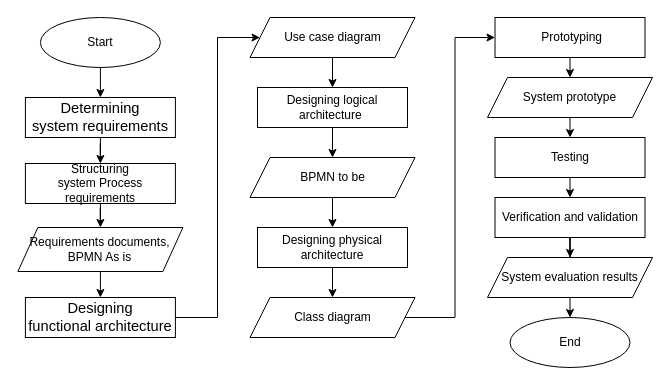
This is Method auction (Thesis).drawio from ariesharry/Diagrams, a draw.io file, before an edit. Source tidied: cells renumbered, new cells numbered last; positions are measured from the earlier drawing's top-left corner, leaving out a move shared by most shapes. Both pictures are drawn from the tidied source at 100%, with x=0, y=0 at pixel (17, 17).
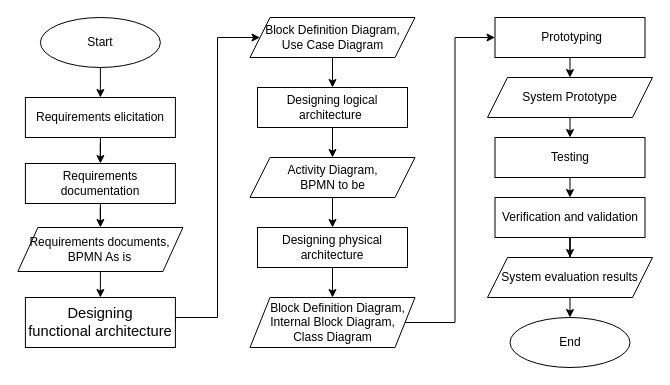
Above is the later version.

The edit, as a diff of the source:
```diff
@@
     <mxCell id="6" value="&lt;span style=&quot;font-size:11.0pt;line-height:&lt;br/&gt;107%;font-family:&amp;quot;Calibri&amp;quot;,sans-serif;mso-ascii-theme-font:minor-latin;&lt;br/&gt;mso-fareast-font-family:Calibri;mso-fareast-theme-font:minor-latin;mso-hansi-theme-font:&lt;br/&gt;minor-latin;mso-bidi-font-family:Arial;mso-bidi-theme-font:minor-bidi;&lt;br/&gt;mso-ansi-language:EN-US;mso-fareast-language:EN-US;mso-bidi-language:AR-SA&quot; lang=&quot;EN-US&quot;&gt;Designing&lt;br/&gt;functional architecture&lt;/span&gt;" style="rounded=0;whiteSpace=wrap;html=1;" parent="1" vertex="1">
-      <mxGeometry x="7.9" y="280" width="150" height="40" as="geometry" />
+      <mxGeometry x="7.9" y="280" width="150" height="50" as="geometry" />
     </mxCell>
@@
-    <mxCell id="8" value="&lt;span style=&quot;font-size:11.0pt;line-height:&lt;br/&gt;107%;font-family:&amp;quot;Calibri&amp;quot;,sans-serif;mso-ascii-theme-font:minor-latin;&lt;br/&gt;mso-fareast-font-family:Calibri;mso-fareast-theme-font:minor-latin;mso-hansi-theme-font:&lt;br/&gt;minor-latin;mso-bidi-font-family:Arial;mso-bidi-theme-font:minor-bidi;&lt;br/&gt;mso-ansi-language:EN-US;mso-fareast-language:EN-US;mso-bidi-language:AR-SA&quot; lang=&quot;EN-US&quot;&gt;Determining&lt;br/&gt;system requirements&lt;/span&gt;" style="rounded=0;whiteSpace=wrap;html=1;" parent="1" vertex="1">
+    <mxCell id="8" value="Requirements elicitation" style="rounded=0;whiteSpace=wrap;html=1;" parent="1" vertex="1">
       <mxGeometry x="7.9" y="80" width="150" height="40" as="geometry" />
     </mxCell>
@@
-    <mxCell id="10" value="Use case diagram" style="shape=parallelogram;perimeter=parallelogramPerimeter;whiteSpace=wrap;html=1;fixedSize=1;" parent="1" vertex="1">
+    <mxCell id="10" value="Block Definition Diagram,&lt;br&gt;Use Case Diagram" style="shape=parallelogram;perimeter=parallelogramPerimeter;whiteSpace=wrap;html=1;fixedSize=1;" parent="1" vertex="1">
       <mxGeometry x="232.5" width="165" height="40" as="geometry" />
     </mxCell>
@@
-    <mxCell id="12" value="BPMN to be" style="shape=parallelogram;perimeter=parallelogramPerimeter;whiteSpace=wrap;html=1;fixedSize=1;" parent="1" vertex="1">
+    <mxCell id="12" value="Activity Diagram,&lt;br&gt;BPMN to be" style="shape=parallelogram;perimeter=parallelogramPerimeter;whiteSpace=wrap;html=1;fixedSize=1;" parent="1" vertex="1">
       <mxGeometry x="232.5" y="140" width="165" height="40" as="geometry" />
     </mxCell>
@@
-    <mxCell id="16" value="Class diagram" style="shape=parallelogram;perimeter=parallelogramPerimeter;whiteSpace=wrap;html=1;fixedSize=1;" parent="1" vertex="1">
-      <mxGeometry x="232.5" y="280" width="165" height="40" as="geometry" />
+    <mxCell id="16" value="&amp;nbsp; &amp;nbsp;Block Definition Diagram, Internal Block Diagram,&lt;br&gt;Class Diagram" style="shape=parallelogram;perimeter=parallelogramPerimeter;whiteSpace=wrap;html=1;fixedSize=1;" parent="1" vertex="1">
+      <mxGeometry x="232.5" y="280" width="165" height="50" as="geometry" />
     </mxCell>
@@
-    <mxCell id="20" value="System prototype" style="shape=parallelogram;perimeter=parallelogramPerimeter;whiteSpace=wrap;html=1;fixedSize=1;" parent="1" vertex="1">
+    <mxCell id="20" value="System Prototype" style="shape=parallelogram;perimeter=parallelogramPerimeter;whiteSpace=wrap;html=1;fixedSize=1;" parent="1" vertex="1">
       <mxGeometry x="470" y="60" width="165" height="40" as="geometry" />
     </mxCell>
@@
-    <mxCell id="26" value="&lt;span lang=&quot;EN-US&quot;&gt;Structuring&lt;br&gt;system Process requirements&lt;/span&gt;" style="rounded=0;whiteSpace=wrap;html=1;" parent="1" vertex="1">
+    <mxCell id="26" value="Requirements documentation" style="rounded=0;whiteSpace=wrap;html=1;" parent="1" vertex="1">
       <mxGeometry x="7.9" y="146" width="150" height="40" as="geometry" />
     </mxCell>
```
